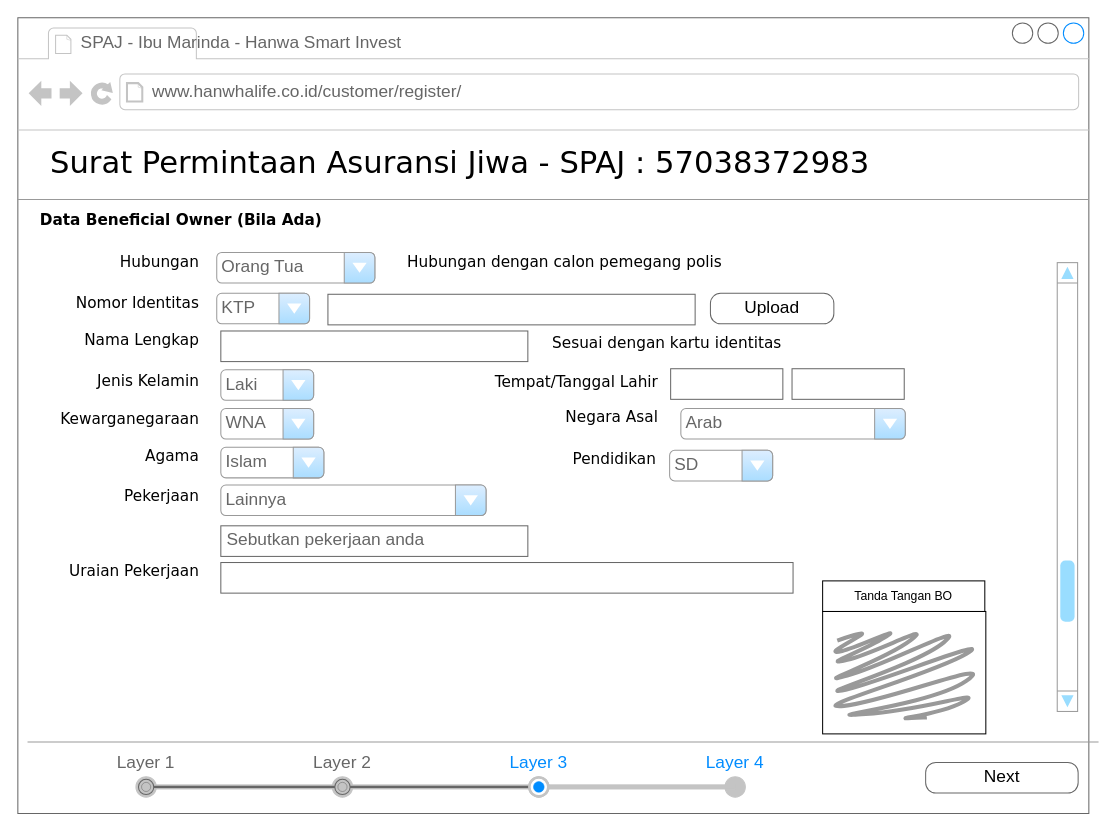
gustianom/hanwhaiso keeps this draw.io diagram as page "ESUBMISSION-Beneficial Owner" (9 of 18) of CustomerInvitation.drawio. Above is the earlier version. Source tidied: cells renumbered, new cells numbered last; positions are measured from the earlier drawing's top-left corner, leaving out a move shared by most shapes. Both pictures are drawn from the tidied source at 102%, with x=0, y=0 at pixel (17, 17).
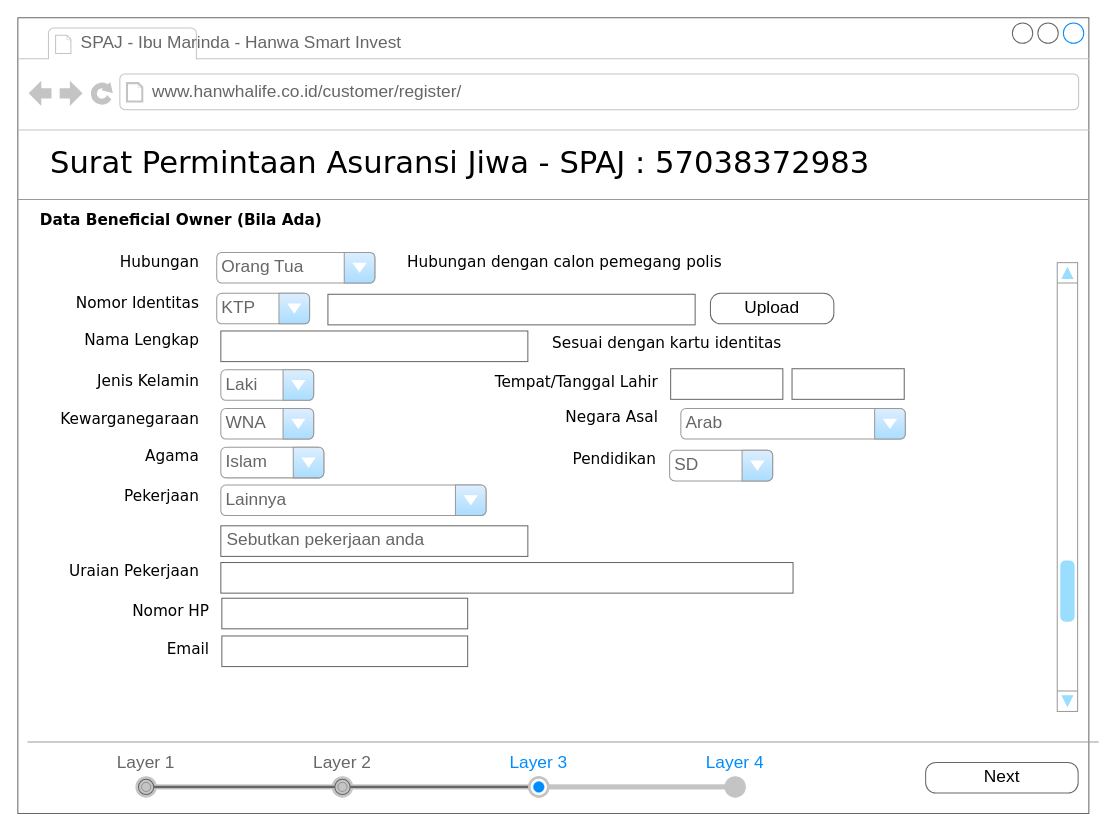
The same diagram, later.

The change refers to these unchanged cells:
```xml
<mxCell id="2" style="strokeWidth=1;shadow=0;dashed=0;align=center;html=1;shape=mxgraph.mockup.containers.browserWindow;rSize=0;strokeColor=#666666;mainText=,;rounded=0;labelBackgroundColor=none;fontFamily=Verdana;fontSize=12;" parent="1" vertex="1">
  <mxGeometry width="1050" height="780" as="geometry" />
</mxCell>
```

Change to the diagram source:
```diff
@@
+    <mxCell id="44" value="Nomor HP" style="text;html=1;align=right;verticalAlign=top;spacingTop=-4;fontSize=15;fontFamily=Verdana;" parent="2" vertex="1">
+      <mxGeometry x="19" y="570" width="170" height="36" as="geometry" />
+    </mxCell>
+    <mxCell id="45" value="&amp;nbsp;" style="strokeWidth=1;shadow=0;dashed=0;align=center;html=1;shape=mxgraph.mockup.text.textBox;fontColor=#666666;align=left;fontSize=17;spacingLeft=4;spacingTop=-3;strokeColor=#666666;mainText=;" parent="2" vertex="1">
+      <mxGeometry x="200" y="569" width="241" height="30" as="geometry" />
+    </mxCell>
+    <mxCell id="46" value="&amp;nbsp;" style="strokeWidth=1;shadow=0;dashed=0;align=center;html=1;shape=mxgraph.mockup.text.textBox;fontColor=#666666;align=left;fontSize=17;spacingLeft=4;spacingTop=-3;strokeColor=#666666;mainText=;" parent="2" vertex="1">
+      <mxGeometry x="200" y="606" width="241" height="30" as="geometry" />
+    </mxCell>
+    <mxCell id="47" value="Email" style="text;html=1;align=right;verticalAlign=top;spacingTop=-4;fontSize=15;fontFamily=Verdana;" parent="2" vertex="1">
+      <mxGeometry x="19" y="607" width="170" height="36" as="geometry" />
+    </mxCell>
@@
-    <mxCell id="40" style="group;" parent="1" vertex="1">
-      <mxGeometry x="789" y="552" width="160" height="150" as="geometry" />
-    </mxCell>
-    <mxCell id="41" value="Tanda Tangan BO" style="rounded=0;whiteSpace=wrap;html=1;align=center;" parent="40" vertex="1">
-      <mxGeometry width="159" height="30" as="geometry" />
-    </mxCell>
-    <mxCell id="42" style="rounded=0;whiteSpace=wrap;html=1;align=center;" parent="40" vertex="1">
-      <mxGeometry y="30" width="160" height="120" as="geometry" />
-    </mxCell>
-    <mxCell id="43" style="shape=mxgraph.mockup.markup.scratchOut;shadow=0;dashed=0;html=1;strokeColor=#999999;strokeWidth=4;align=center;" parent="40" vertex="1">
-      <mxGeometry x="9" y="50" width="141" height="90" as="geometry" />
-    </mxCell>
```
